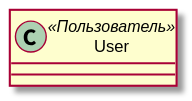
ilb/posixuserjs keeps this PlantUML diagram as docs/entities.svg. Above is the earlier version. The source it was exported from:
```plantuml
@startuml

class User <<Пользователь>> {
}


@enduml
```
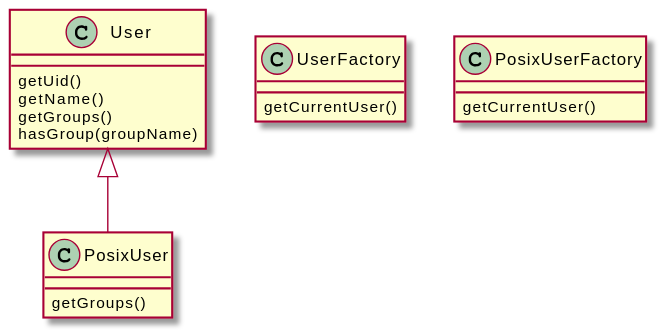
The same diagram one commit later.

Change to the diagram source:
```diff
@@ -1,7 +1,20 @@
 @startuml
-
-class User <<Пользователь>> {
+class User{
+    getUid()
+    getName()
+    getGroups()
+    hasGroup(groupName)
 }
 
+class PosixUser{
+    getGroups()
+}
+class UserFactory{
+    getCurrentUser()
+}
+class PosixUserFactory{
+    getCurrentUser()
+}
 
+User  <|-- PosixUser
 @enduml
```
